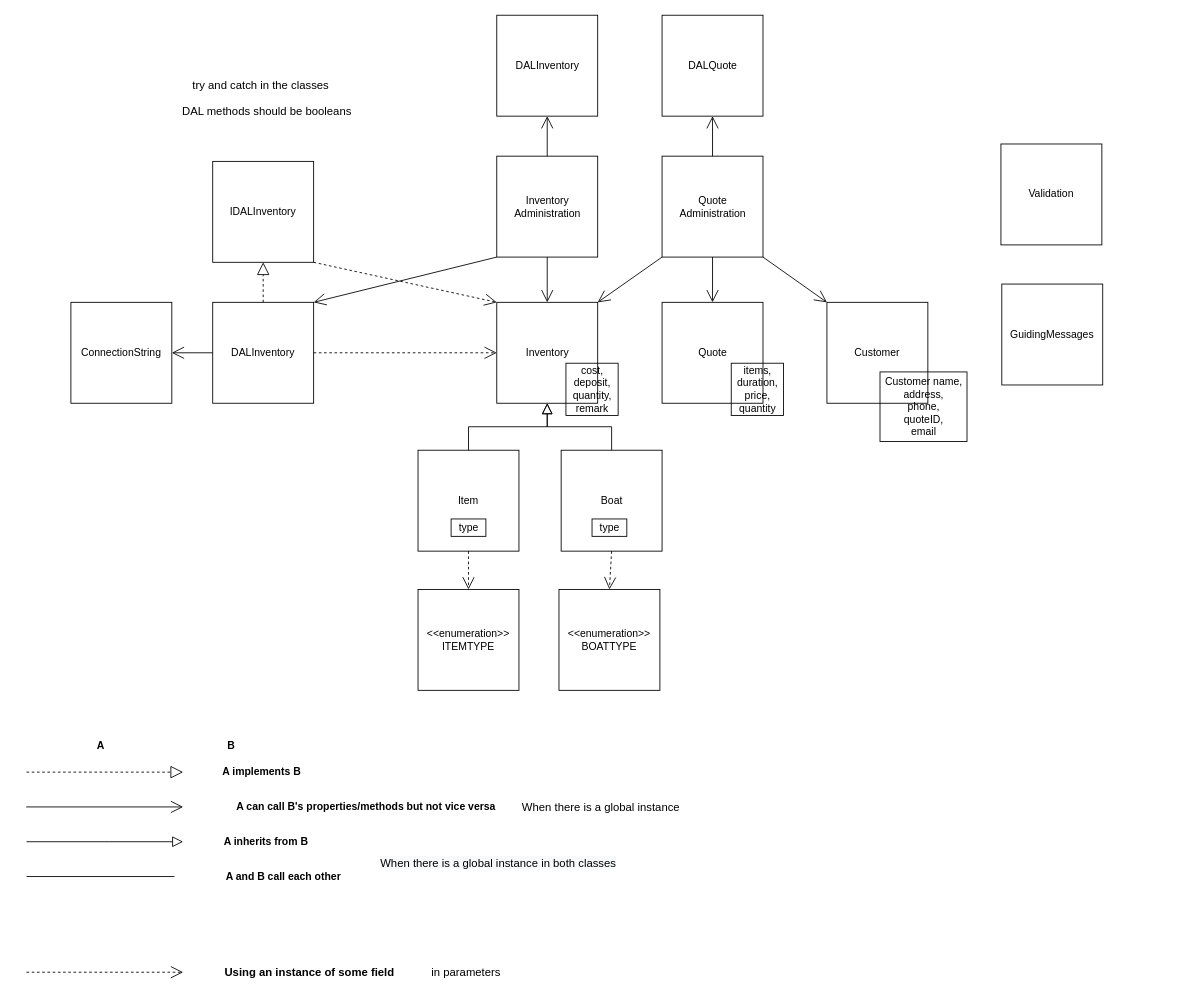
ismailchbiki/-t-Sloepke-B.V.-company keeps this draw.io diagram as Documentation/Synthesis Assignment.drawio. Above is the earlier version. Source tidied: cells renumbered, new cells numbered last; positions are measured from the earlier drawing's top-left corner, leaving out a move shared by most shapes. Both pictures are drawn from the tidied source at 87%, with x=0, y=0 at pixel (26, 15).
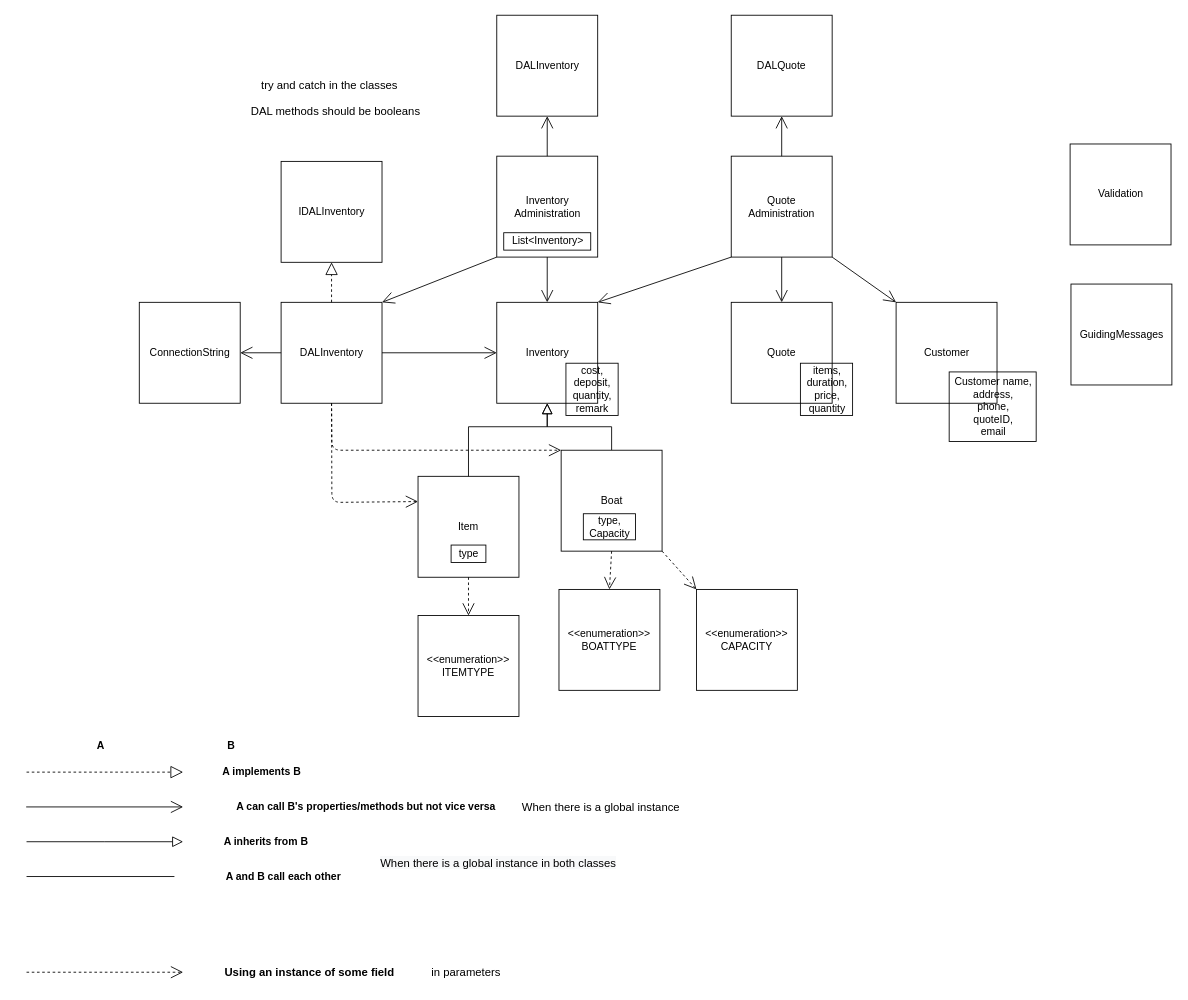
After the change.

Unchanged cells that the change refers to:
```xml
<mxCell id="26" value="Boat" style="whiteSpace=wrap;html=1;strokeColor=default;direction=east;" parent="1" vertex="1">
  <mxGeometry x="614.5" y="500" width="116" height="116" as="geometry" />
</mxCell>
<mxCell id="29" value="Inventory" style="whiteSpace=wrap;html=1;strokeColor=default;direction=east;" parent="1" vertex="1">
  <mxGeometry x="540.5" y="330" width="116" height="116" as="geometry" />
</mxCell>
<mxCell id="38" value="Inventory&lt;br&gt;Administration" style="whiteSpace=wrap;html=1;strokeColor=default;direction=east;" parent="1" vertex="1">
  <mxGeometry x="540.5" y="162" width="116" height="116" as="geometry" />
</mxCell>
```

The edit, as a diff of the source:
```diff
@@
     <mxCell id="2" value="ConnectionString" style="whiteSpace=wrap;html=1;" parent="1" vertex="1">
-      <mxGeometry x="51" y="330" width="116" height="116" as="geometry" />
+      <mxGeometry x="129.6" y="330" width="116" height="116" as="geometry" />
     </mxCell>
@@
     <mxCell id="18" value="try and catch in the classes" style="text;html=1;align=center;verticalAlign=middle;strokeColor=none;fillColor=none;fontSize=13;" parent="1" vertex="1">
-      <mxGeometry x="184.1" y="70" width="170" height="20" as="geometry" />
+      <mxGeometry x="263.1" y="70" width="170" height="20" as="geometry" />
     </mxCell>
     <mxCell id="19" value="DAL methods should be booleans" style="text;html=1;align=center;verticalAlign=middle;strokeColor=none;fillColor=none;fontSize=13;" parent="1" vertex="1">
-      <mxGeometry x="170.6" y="100" width="210" height="20" as="geometry" />
+      <mxGeometry x="249.6" y="100" width="210" height="20" as="geometry" />
     </mxCell>
     <mxCell id="20" value="Quote&lt;br&gt;Administration" style="whiteSpace=wrap;html=1;strokeColor=default;direction=east;" parent="1" vertex="1">
-      <mxGeometry x="730.5" y="162" width="116" height="116" as="geometry" />
+      <mxGeometry x="810" y="162" width="116" height="116" as="geometry" />
     </mxCell>
     <mxCell id="21" value="Quote" style="whiteSpace=wrap;html=1;strokeColor=default;direction=east;" parent="1" vertex="1">
-      <mxGeometry x="730.5" y="330" width="116" height="116" as="geometry" />
+      <mxGeometry x="810" y="330" width="116" height="116" as="geometry" />
     </mxCell>
     <mxCell id="22" value="Customer" style="whiteSpace=wrap;html=1;strokeColor=default;direction=east;" parent="1" vertex="1">
-      <mxGeometry x="920" y="330" width="116" height="116" as="geometry" />
+      <mxGeometry x="999.5" y="330" width="116" height="116" as="geometry" />
     </mxCell>
@@
     <mxCell id="24" value="items,&lt;br&gt;duration,&lt;br&gt;price,&lt;br&gt;quantity" style="text;html=1;align=center;verticalAlign=middle;strokeColor=default;fillColor=none;" parent="1" vertex="1">
-      <mxGeometry x="810" y="400" width="60" height="60" as="geometry" />
+      <mxGeometry x="889.5" y="400" width="60" height="60" as="geometry" />
     </mxCell>
@@
     <mxCell id="27" value="Item" style="whiteSpace=wrap;html=1;strokeColor=default;direction=east;" parent="1" vertex="1">
-      <mxGeometry x="450" y="500" width="116" height="116" as="geometry" />
+      <mxGeometry x="450" y="530" width="116" height="116" as="geometry" />
     </mxCell>
     <mxCell id="28" value="Customer name,&lt;br&gt;address,&lt;br&gt;phone,&lt;br&gt;quoteID,&lt;br&gt;email" style="text;html=1;align=center;verticalAlign=middle;strokeColor=default;fillColor=none;" parent="1" vertex="1">
-      <mxGeometry x="981" y="410" width="100" height="80" as="geometry" />
+      <mxGeometry x="1060.5" y="410" width="100" height="80" as="geometry" />
     </mxCell>
@@
     <mxCell id="32" value="type" style="text;html=1;align=center;verticalAlign=middle;strokeColor=default;fillColor=none;" parent="1" vertex="1">
-      <mxGeometry x="488" y="579" width="40" height="20" as="geometry" />
+      <mxGeometry x="488" y="609" width="40" height="20" as="geometry" />
     </mxCell>
-    <mxCell id="33" value="type" style="text;html=1;align=center;verticalAlign=middle;strokeColor=default;fillColor=none;" parent="1" vertex="1">
-      <mxGeometry x="650" y="579" width="40" height="20" as="geometry" />
+    <mxCell id="33" value="type,&lt;br&gt;Capacity" style="text;html=1;align=center;verticalAlign=middle;strokeColor=default;fillColor=none;" parent="1" vertex="1">
+      <mxGeometry x="640" y="573" width="60" height="30" as="geometry" />
     </mxCell>
@@
     <mxCell id="35" value="&amp;lt;&amp;lt;enumeration&amp;gt;&amp;gt;&lt;br&gt;ITEMTYPE" style="whiteSpace=wrap;html=1;" parent="1" vertex="1">
-      <mxGeometry x="450" y="660" width="116" height="116" as="geometry" />
+      <mxGeometry x="450" y="690" width="116" height="116" as="geometry" />
     </mxCell>
@@
     <mxCell id="40" value="Validation" style="whiteSpace=wrap;html=1;strokeColor=default;direction=east;" parent="1" vertex="1">
-      <mxGeometry x="1120" y="148" width="116" height="116" as="geometry" />
+      <mxGeometry x="1199.5" y="148" width="116" height="116" as="geometry" />
     </mxCell>
@@
     <mxCell id="42" value="GuidingMessages" style="whiteSpace=wrap;html=1;strokeColor=default;direction=east;" parent="1" vertex="1">
-      <mxGeometry x="1121" y="309" width="116" height="116" as="geometry" />
+      <mxGeometry x="1200.5" y="309" width="116" height="116" as="geometry" />
     </mxCell>
     <mxCell id="43" value="DALQuote" style="whiteSpace=wrap;html=1;strokeColor=default;direction=east;" parent="1" vertex="1">
-      <mxGeometry x="730.5" width="116" height="116" as="geometry" />
+      <mxGeometry x="810" width="116" height="116" as="geometry" />
     </mxCell>
@@
     <mxCell id="48" value="IDALInventory" style="whiteSpace=wrap;html=1;" parent="1" vertex="1">
-      <mxGeometry x="214" y="168" width="116" height="116" as="geometry" />
+      <mxGeometry x="292.6" y="168" width="116" height="116" as="geometry" />
     </mxCell>
     <mxCell id="49" value="DALInventory" style="whiteSpace=wrap;html=1;" parent="1" vertex="1">
-      <mxGeometry x="214" y="330" width="116" height="116" as="geometry" />
+      <mxGeometry x="292.6" y="330" width="116" height="116" as="geometry" />
     </mxCell>
@@
+    <mxCell id="53" style="endArrow=open;endFill=1;endSize=12;html=1;fontStyle=1;fontSize=13;strokeWidth=1;exitX=0;exitY=1;exitDx=0;exitDy=0;entryX=1;entryY=0;entryDx=0;entryDy=0;" parent="1" edge="1" source="38" target="49">
+      <mxGeometry relative="1" as="geometry" />
+    </mxCell>
-    <mxCell id="52" style="endArrow=open;endSize=12;dashed=1;html=1;fontStyle=1;fontSize=13;exitX=1;exitY=0.5;exitDx=0;exitDy=0;entryX=0;entryY=0.5;entryDx=0;entryDy=0;" parent="1" edge="1" source="49" target="29">
+    <mxCell id="52" style="endArrow=open;endFill=1;endSize=12;html=1;fontStyle=1;fontSize=13;strokeWidth=1;exitX=1;exitY=0.5;exitDx=0;exitDy=0;entryX=0;entryY=0.5;entryDx=0;entryDy=0;" parent="1" edge="1" source="49" target="29">
       <mxGeometry relative="1" as="geometry" />
     </mxCell>
-    <mxCell id="53" style="endArrow=open;endFill=1;endSize=12;html=1;fontStyle=1;fontSize=13;strokeWidth=1;exitX=0;exitY=1;exitDx=0;exitDy=0;entryX=1;entryY=0;entryDx=0;entryDy=0;" parent="1" edge="1" source="38" target="49">
-      <mxGeometry relative="1" as="geometry" />
-    </mxCell>
-    <mxCell id="54" style="endArrow=open;endSize=12;dashed=1;html=1;fontStyle=1;fontSize=13;exitX=1;exitY=1;exitDx=0;exitDy=0;entryX=0;entryY=0;entryDx=0;entryDy=0;" parent="1" edge="1" source="48" target="29">
-      <mxGeometry relative="1" as="geometry" />
-    </mxCell>
+    <mxCell id="55" style="endArrow=open;endSize=12;dashed=1;html=1;fontStyle=1;fontSize=13;exitX=0.5;exitY=1;exitDx=0;exitDy=0;entryX=0;entryY=0;entryDx=0;entryDy=0;" parent="1" edge="1" source="49" target="26">
+      <mxGeometry relative="1" as="geometry">
+        <Array as="points">
+          <mxPoint x="351" y="500" />
+        </Array>
+      </mxGeometry>
+    </mxCell>
+    <mxCell id="56" style="endArrow=open;endSize=12;dashed=1;html=1;fontStyle=1;fontSize=13;exitX=0.5;exitY=1;exitDx=0;exitDy=0;entryX=0;entryY=0.25;entryDx=0;entryDy=0;" parent="1" edge="1" source="49" target="27">
+      <mxGeometry relative="1" as="geometry">
+        <Array as="points">
+          <mxPoint x="351" y="560" />
+        </Array>
+      </mxGeometry>
+    </mxCell>
+    <mxCell id="57" value="List&amp;lt;Inventory&amp;gt;" style="text;html=1;align=center;verticalAlign=middle;strokeColor=default;fillColor=none;" parent="1" vertex="1">
+      <mxGeometry x="548.5" y="250" width="100" height="20" as="geometry" />
+    </mxCell>
+    <mxCell id="58" value="&amp;lt;&amp;lt;enumeration&amp;gt;&amp;gt;&lt;br&gt;CAPACITY" style="whiteSpace=wrap;html=1;" parent="1" vertex="1">
+      <mxGeometry x="770" y="660" width="116" height="116" as="geometry" />
+    </mxCell>
+    <mxCell id="59" style="endArrow=open;endSize=12;dashed=1;html=1;fontStyle=1;fontSize=13;exitX=1;exitY=1;exitDx=0;exitDy=0;entryX=0;entryY=0;entryDx=0;entryDy=0;" parent="1" edge="1" source="26" target="58">
+      <mxGeometry relative="1" as="geometry" />
+    </mxCell>
```
